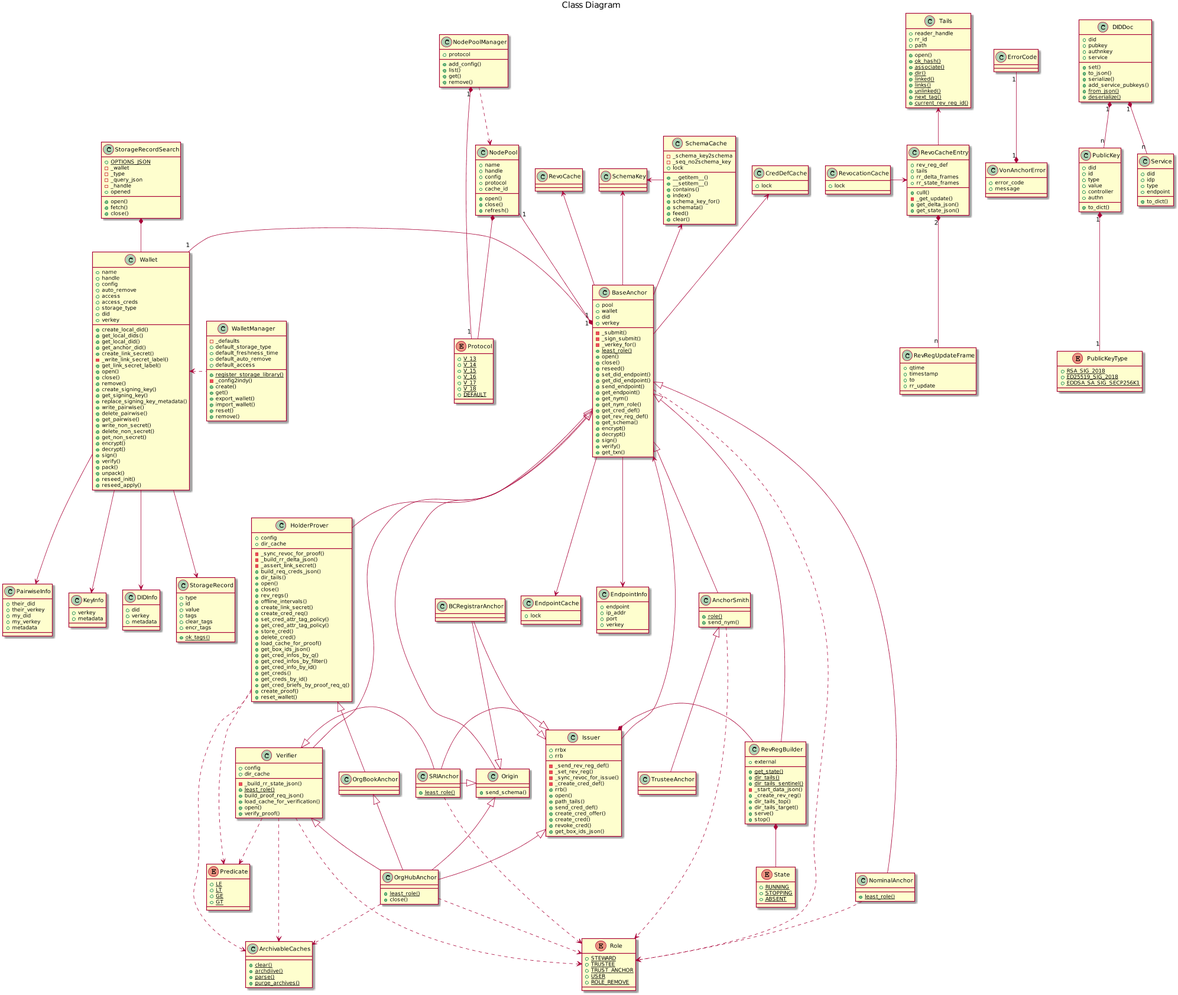
The PlantUML diagram docs/source/pic/class.png in PSPC-SPAC-buyandsell/von_anchor, before a commit.
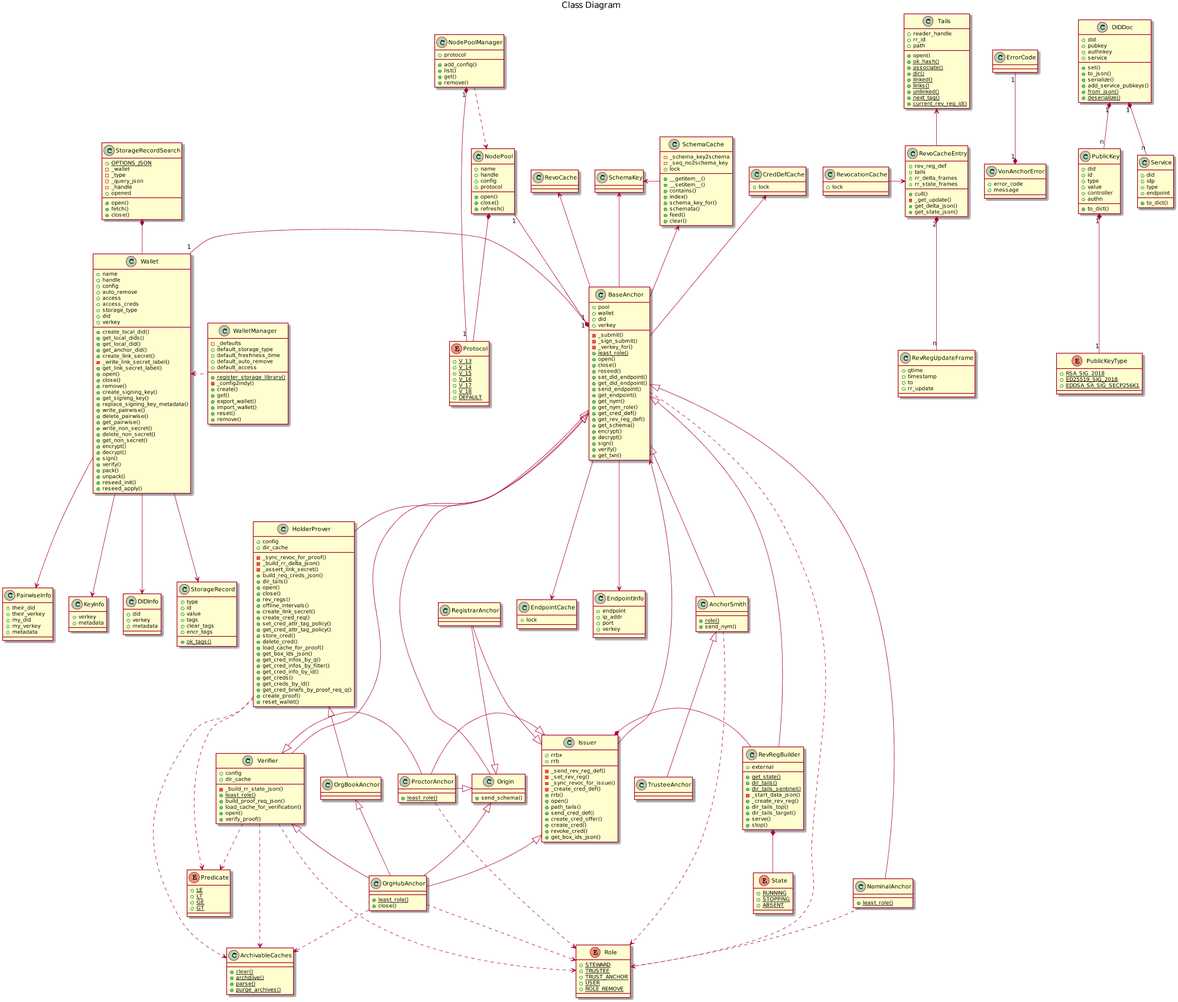
After the change.

Diff of the diagram source:
```diff
@@ -207,7 +207,6 @@
     +handle
     +config
     +protocol
-    +cache_id
     +open()
     +close()
     +refresh()
@@ -349,11 +348,11 @@
     {static} +least_role()
 }
 
-class SRIAnchor {
+class ProctorAnchor {
     {static} +least_role()
 }
 
-class BCRegistrarAnchor {
+class RegistrarAnchor {
 }
 
 class OrgBookAnchor {
@@ -445,12 +444,12 @@
 BaseAnchor <-- Issuer
 Issuer *- RevRegBuilder
 
-Origin <|-left- SRIAnchor
-Issuer <|-left- SRIAnchor
-Verifier <|-right- SRIAnchor
+Origin <|-left- ProctorAnchor
+Issuer <|-left- ProctorAnchor
+Verifier <|-right- ProctorAnchor
 
-Issuer <|-up- BCRegistrarAnchor
-Origin <|-up- BCRegistrarAnchor
+Issuer <|-up- RegistrarAnchor
+Origin <|-up- RegistrarAnchor
 
 HolderProver <|-down- OrgBookAnchor
 
@@ -471,7 +470,7 @@
 Verifier ..> Role
 NominalAnchor ..> Role
 OrgHubAnchor ..> Role
-SRIAnchor ..> Role
+ProctorAnchor ..> Role
 
 PublicKey "1" *-- "1" PublicKeyType
 DIDDoc "1" *-- "n" PublicKey
```
